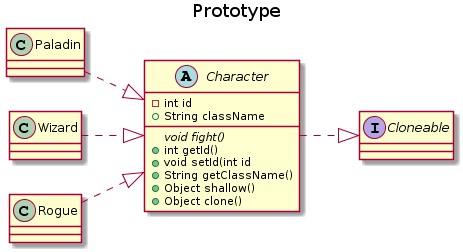
Earlier version of the PlantUML export Prototype/PrototypeUML.png (oguzturker8/SoftwarePatterns-OguzhanTurker). The source it was exported from:
```plantuml
@startuml
left to right direction
Title Prototype

abstract class Character{
-int id
+String className
{abstract} void fight()
+int getId()
+void setId(int id
+String getClassName()
+Object shallow()
+Object clone()
}

Paladin ..|> Character
Wizard ..|> Character
Rogue ..|> Character
Interface Cloneable
Character ..|>  Cloneable
@enduml
```
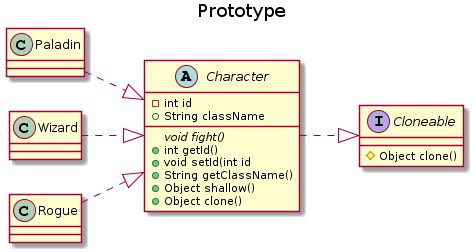
After the commit.

What changed in the source:
```diff
@@ -13,6 +13,10 @@
 +Object clone()
 }
 
+Interface Cloneable{
+#Object clone()
+}
+
 Paladin ..|> Character
 Wizard ..|> Character
 Rogue ..|> Character
```
